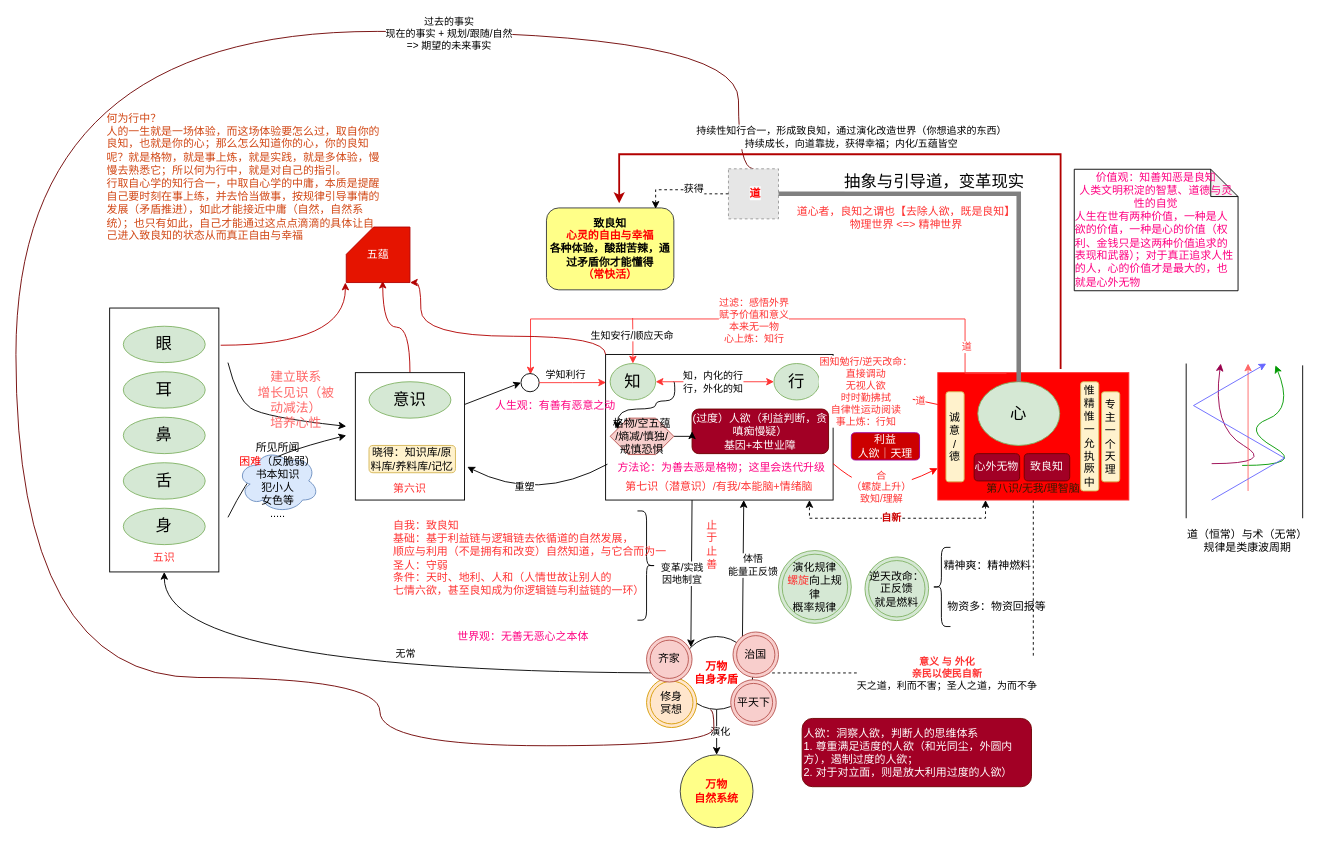
This is page "良知" (1 of 2) of xinxue.drawio from kason-huang/DrawIO, a draw.io file, before an edit. Source tidied: cells renumbered, new cells numbered last; positions are measured from the earlier drawing's top-left corner, leaving out a move shared by most shapes. Both pictures are drawn from the tidied source at 91%, with x=0, y=0 at pixel (15, 31). Pictures stored in the file or linked from it are replaced by grey dashed boxes.
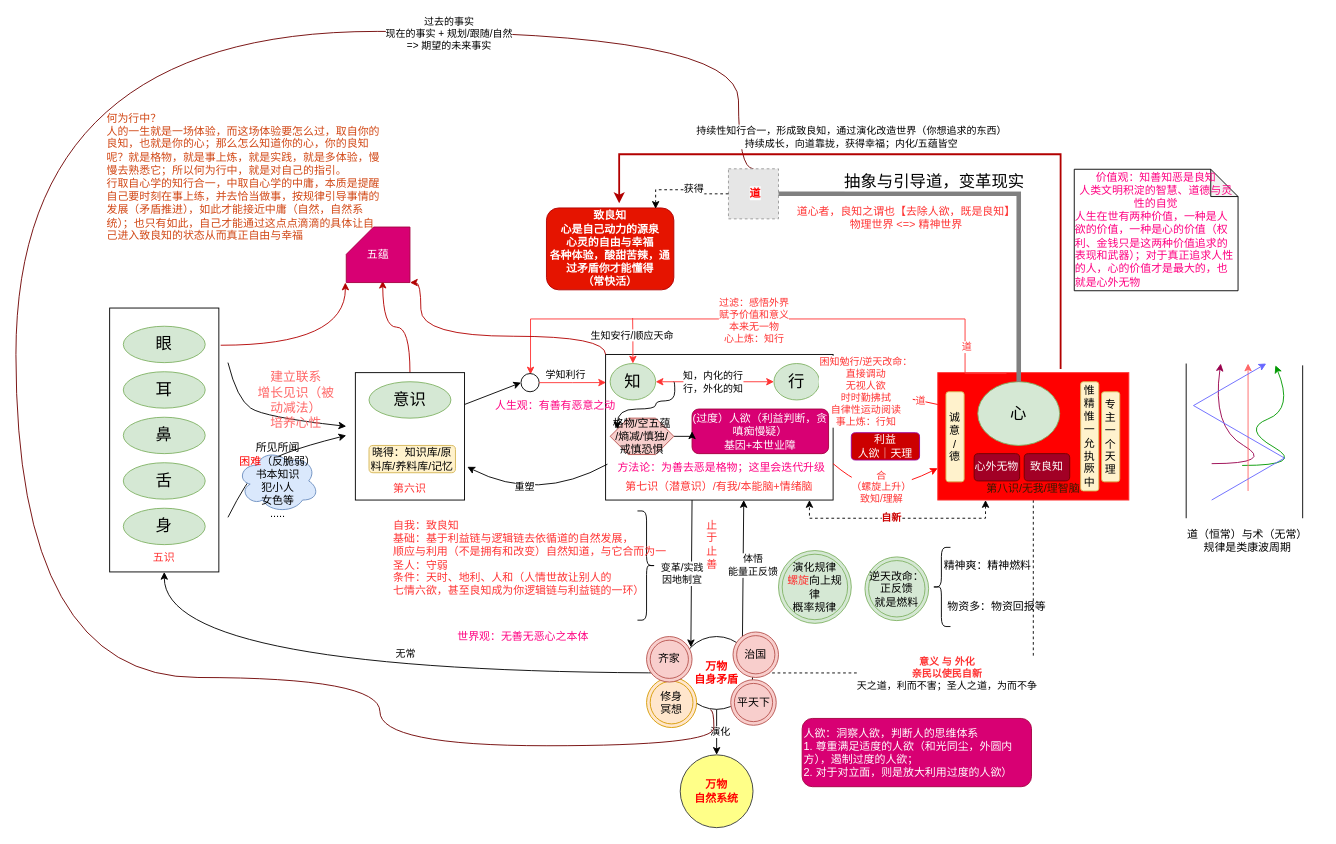
Above is the later version.

Diff of the diagram source:
```diff
@@
-    <mxCell id="40" value="(过度）人欲（利益判断，贪嗔痴慢疑）&lt;br&gt;基因+本世业障" style="rounded=1;whiteSpace=wrap;html=1;fillColor=#a20025;strokeColor=#6F0000;fontColor=#ffffff;" parent="1" vertex="1">
+    <mxCell id="40" value="(过度）人欲（利益判断，贪嗔痴慢疑）&lt;br&gt;基因+本世业障" style="rounded=1;whiteSpace=wrap;html=1;fillColor=#d80073;strokeColor=#A50040;fontColor=#ffffff;" parent="1" vertex="1">
       <mxGeometry x="743" y="415" width="150" height="49" as="geometry" />
     </mxCell>
@@
-    <mxCell id="57" value="&lt;b&gt;致良知&lt;br&gt;&lt;font color=&quot;#ff0000&quot;&gt;心灵的自由与幸福&lt;/font&gt;&lt;br&gt;各种体验，酸甜苦辣，通过矛盾你才能懂得&lt;br&gt;&lt;font color=&quot;#ff0000&quot;&gt;（常快活）&lt;/font&gt;&lt;/b&gt;" style="rounded=1;whiteSpace=wrap;html=1;fillColor=#ffff88;strokeColor=#36393d;" parent="1" vertex="1">
+    <mxCell id="57" value="&lt;b&gt;致良知&lt;br&gt;心是自己动力的源泉&lt;br&gt;&lt;/b&gt;&lt;div&gt;&lt;b&gt;心灵的自由与幸福&lt;br&gt;各种体验，酸甜苦辣，通过矛盾你才能懂得&lt;br&gt;（常快活）&lt;/b&gt;&lt;/div&gt;" style="rounded=1;whiteSpace=wrap;html=1;fillColor=#e51400;strokeColor=#B20000;fontColor=#ffffff;" parent="1" vertex="1">
       <mxGeometry x="583" y="194" width="140" height="90" as="geometry" />
     </mxCell>
@@
-    <mxCell id="71" value="人欲：洞察人欲，判断人的思维体系&lt;br&gt;1. 尊重满足适度的人欲（和光同尘，外圆内方），遏制过度的人欲；&lt;br&gt;2. 对于对立面，则是放大利用过度的人欲）" style="rounded=1;whiteSpace=wrap;html=1;fillColor=#a20025;strokeColor=#6F0000;fontColor=#ffffff;align=left;" parent="1" vertex="1">
+    <mxCell id="71" value="人欲：洞察人欲，判断人的思维体系&lt;br&gt;1. 尊重满足适度的人欲（和光同尘，外圆内方），遏制过度的人欲；&lt;br&gt;2. 对于对立面，则是放大利用过度的人欲）" style="rounded=1;whiteSpace=wrap;html=1;fillColor=#d80073;strokeColor=#A50040;fontColor=#ffffff;align=left;" parent="1" vertex="1">
       <mxGeometry x="864" y="755" width="252" height="75" as="geometry" />
     </mxCell>
@@
-    <mxCell id="98" value="五蕴" style="shape=card;whiteSpace=wrap;html=1;fillColor=#e51400;fontColor=#ffffff;strokeColor=#B20000;" parent="1" vertex="1">
+    <mxCell id="98" value="五蕴" style="shape=card;whiteSpace=wrap;html=1;fillColor=#d80073;fontColor=#ffffff;strokeColor=#A50040;" parent="1" vertex="1">
       <mxGeometry x="363" y="215" width="70" height="61" as="geometry" />
     </mxCell>
```
